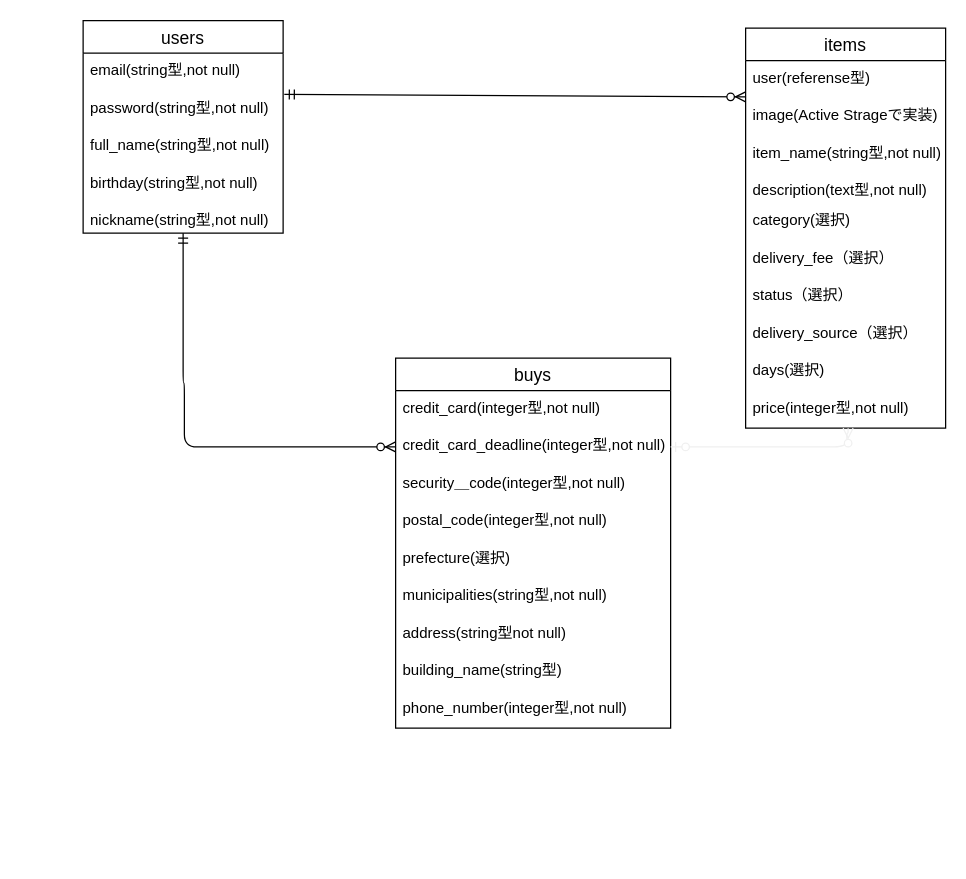
hiroki0326/furima-34461 keeps this draw.io diagram as ER図.dio. Above is the earlier version. Source tidied: cells renumbered, new cells numbered last; positions are measured from the earlier drawing's top-left corner, leaving out a move shared by most shapes. Both pictures are drawn from the tidied source at 125%, with x=0, y=0 at pixel (82, 20).
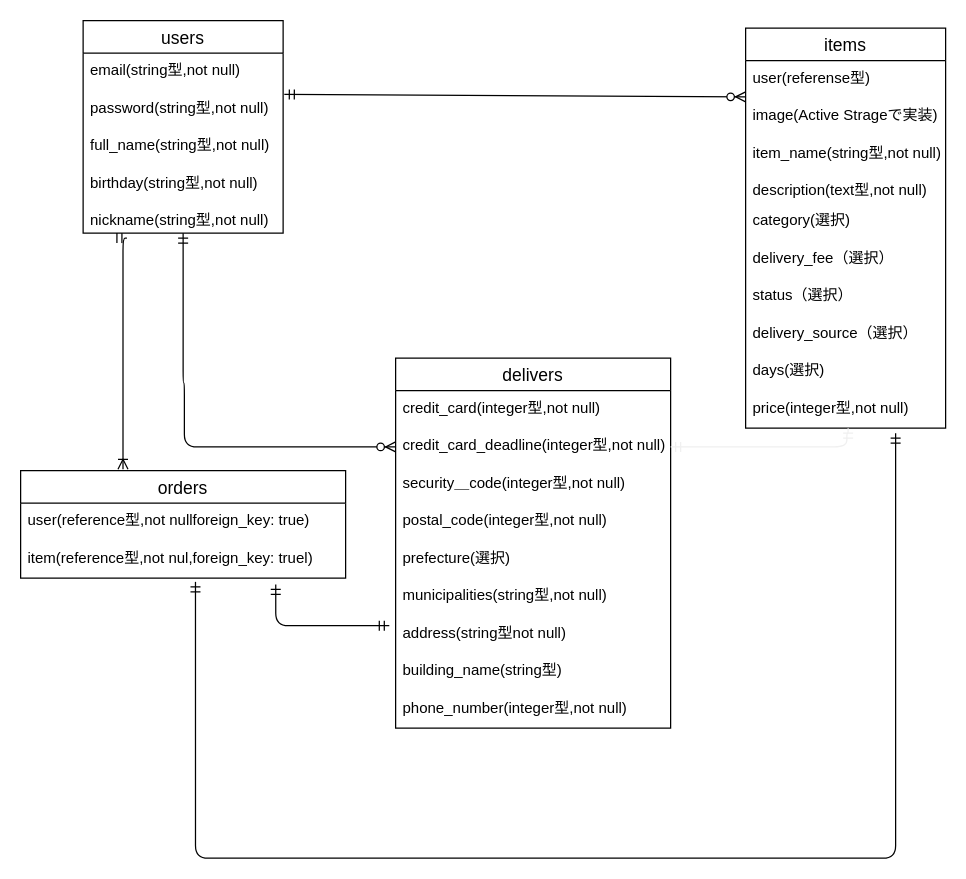
The same page after the edit.

Commit message (it also covers changes not shown here):
データベース設計

The change refers to these unchanged cells:
```xml
<mxCell id="7" value="nickname(string型,not null)" style="text;strokeColor=none;fillColor=none;spacingLeft=4;spacingRight=4;overflow=hidden;points=[[0,0.5],[1,0.5]];portConstraint=eastwest;fontSize=12;shadow=1;" parent="2" vertex="1">
  <mxGeometry y="146" width="160" height="24" as="geometry" />
</mxCell>
<mxCell id="18" value="price(integer型,not null)" style="text;strokeColor=none;fillColor=none;spacingLeft=4;spacingRight=4;overflow=hidden;points=[[0,0.5],[1,0.5]];portConstraint=eastwest;fontSize=12;shadow=1;" parent="8" vertex="1">
  <mxGeometry y="290" width="160" height="30" as="geometry" />
</mxCell>
<mxCell id="22" value="credit_card_deadline(integer型,not null)" style="text;strokeColor=none;fillColor=none;spacingLeft=4;spacingRight=4;overflow=hidden;points=[[0,0.5],[1,0.5]];portConstraint=eastwest;fontSize=12;" parent="20" vertex="1">
  <mxGeometry y="56" width="220" height="30" as="geometry" />
</mxCell>
<mxCell id="27" value="address(string型not null)" style="text;strokeColor=none;fillColor=none;spacingLeft=4;spacingRight=4;overflow=hidden;points=[[0,0.5],[1,0.5]];portConstraint=eastwest;fontSize=12;shadow=1;" parent="20" vertex="1">
  <mxGeometry y="206" width="220" height="30" as="geometry" />
</mxCell>
```

Diff of the diagram source:
```diff
@@
-    <mxCell id="20" value="buys" style="swimlane;fontStyle=0;horizontal=1;startSize=26;align=center;fontSize=14;" parent="1" vertex="1">
+    <mxCell id="20" value="delivers" style="swimlane;fontStyle=0;horizontal=1;startSize=26;align=center;fontSize=14;" parent="1" vertex="1">
       <mxGeometry x="250" y="270" width="220" height="296" as="geometry" />
     </mxCell>
@@
-    <mxCell id="31" style="edgeStyle=orthogonalEdgeStyle;fontSize=12;html=1;endArrow=ERzeroToMany;startArrow=ERzeroToOne;fontFamily=Helvetica;fontColor=#f0f0f0;align=center;strokeColor=#f0f0f0;" parent="1" edge="1" source="22" target="18">
+    <mxCell id="31" style="edgeStyle=orthogonalEdgeStyle;fontSize=12;html=1;endArrow=ERmandOne;startArrow=ERmandOne;fontFamily=Helvetica;fontColor=#f0f0f0;align=center;strokeColor=#f0f0f0;" parent="1" edge="1" source="22" target="18">
       <mxGeometry relative="1" as="geometry">
         <Array as="points">
           <mxPoint x="611" y="341" />
           <mxPoint x="611" y="330" />
           <mxPoint x="612" y="330" />
         </Array>
       </mxGeometry>
     </mxCell>
+    <mxCell id="32" value="orders" style="swimlane;fontStyle=0;horizontal=1;startSize=26;align=center;fontSize=14;" parent="1" vertex="1">
+      <mxGeometry x="-50" y="360" width="260" height="86" as="geometry" />
+    </mxCell>
+    <mxCell id="33" value="user(reference型,not nullforeign_key: true)" style="text;strokeColor=none;fillColor=none;spacingLeft=4;spacingRight=4;overflow=hidden;fontSize=12;shadow=1;" parent="32" vertex="1">
+      <mxGeometry y="26" width="260" height="30" as="geometry" />
+    </mxCell>
+    <mxCell id="34" value="item(reference型,not nul,foreign_key: truel)" style="text;strokeColor=none;fillColor=none;spacingLeft=4;spacingRight=4;overflow=hidden;points=[[0,0.5],[1,0.5]];portConstraint=eastwest;fontSize=12;shadow=1;" parent="32" vertex="1">
+      <mxGeometry y="56" width="260" height="30" as="geometry" />
+    </mxCell>
+    <mxCell id="35" style="edgeStyle=orthogonalEdgeStyle;fontSize=12;html=1;endArrow=ERoneToMany;startArrow=ERmandOne;entryX=0.315;entryY=-0.012;entryDx=0;entryDy=0;entryPerimeter=0;exitX=0.219;exitY=1.167;exitDx=0;exitDy=0;exitPerimeter=0;" parent="1" edge="1" source="7" target="32">
+      <mxGeometry relative="1" as="geometry">
+        <Array as="points">
+          <mxPoint x="32" y="174" />
+        </Array>
+      </mxGeometry>
+    </mxCell>
+    <mxCell id="36" style="edgeStyle=orthogonalEdgeStyle;fontSize=12;html=1;endArrow=ERmandOne;startArrow=ERmandOne;entryX=0.538;entryY=1.1;entryDx=0;entryDy=0;entryPerimeter=0;" parent="1" edge="1" target="34">
+      <mxGeometry relative="1" as="geometry">
+        <mxPoint x="650" y="330" as="sourcePoint" />
+        <Array as="points">
+          <mxPoint x="650" y="330" />
+          <mxPoint x="650" y="670" />
+          <mxPoint x="90" y="670" />
+        </Array>
+      </mxGeometry>
+    </mxCell>
+    <mxCell id="37" style="edgeStyle=orthogonalEdgeStyle;fontSize=12;html=1;endArrow=ERmandOne;startArrow=ERmandOne;entryX=-0.023;entryY=0.267;entryDx=0;entryDy=0;entryPerimeter=0;exitX=0.785;exitY=1.167;exitDx=0;exitDy=0;exitPerimeter=0;" parent="1" edge="1" source="34" target="27">
+      <mxGeometry relative="1" as="geometry">
+        <Array as="points">
+          <mxPoint x="154" y="484" />
+        </Array>
+      </mxGeometry>
+    </mxCell>
```
